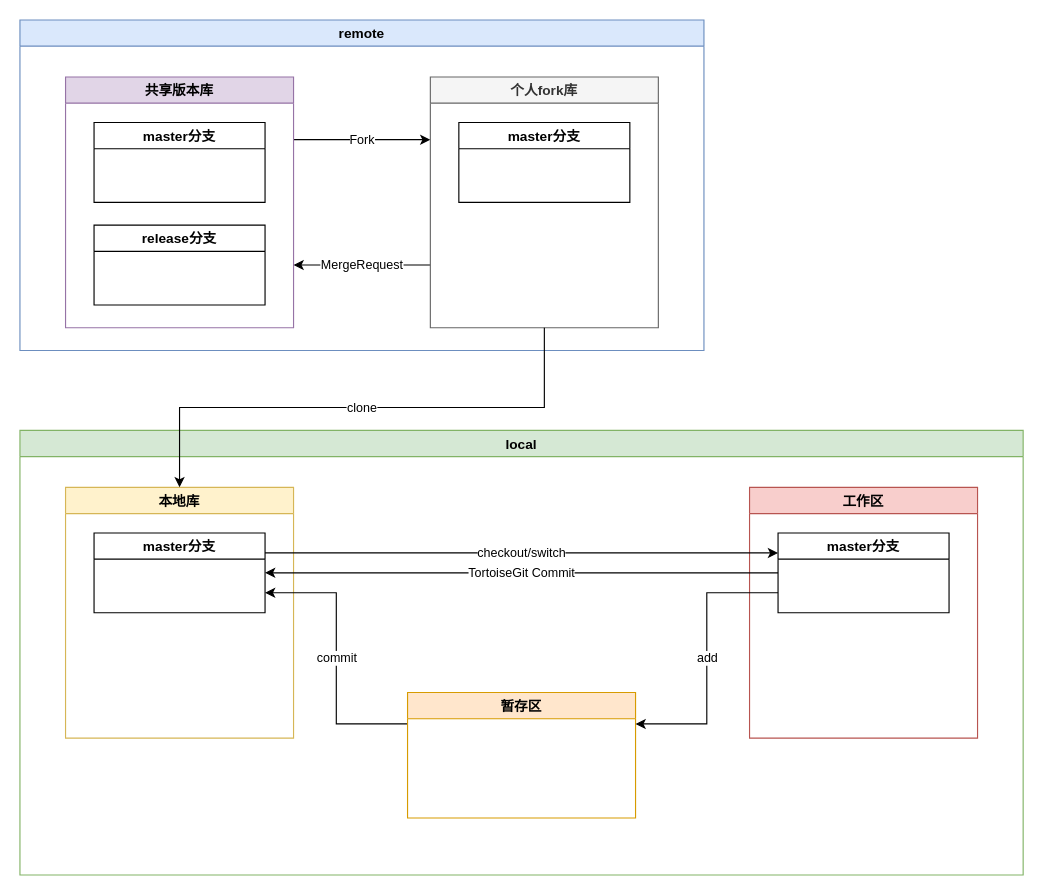
Dercury/CLDK keeps this draw.io diagram as page "首次" (1 of 2) of git图文教程.drawio. Above is the earlier version. Source tidied: cells renumbered, new cells numbered last; positions are measured from the earlier drawing's top-left corner, leaving out a move shared by most shapes. Both pictures are drawn from the tidied source at 114%, with x=0, y=0 at pixel (19, 19).
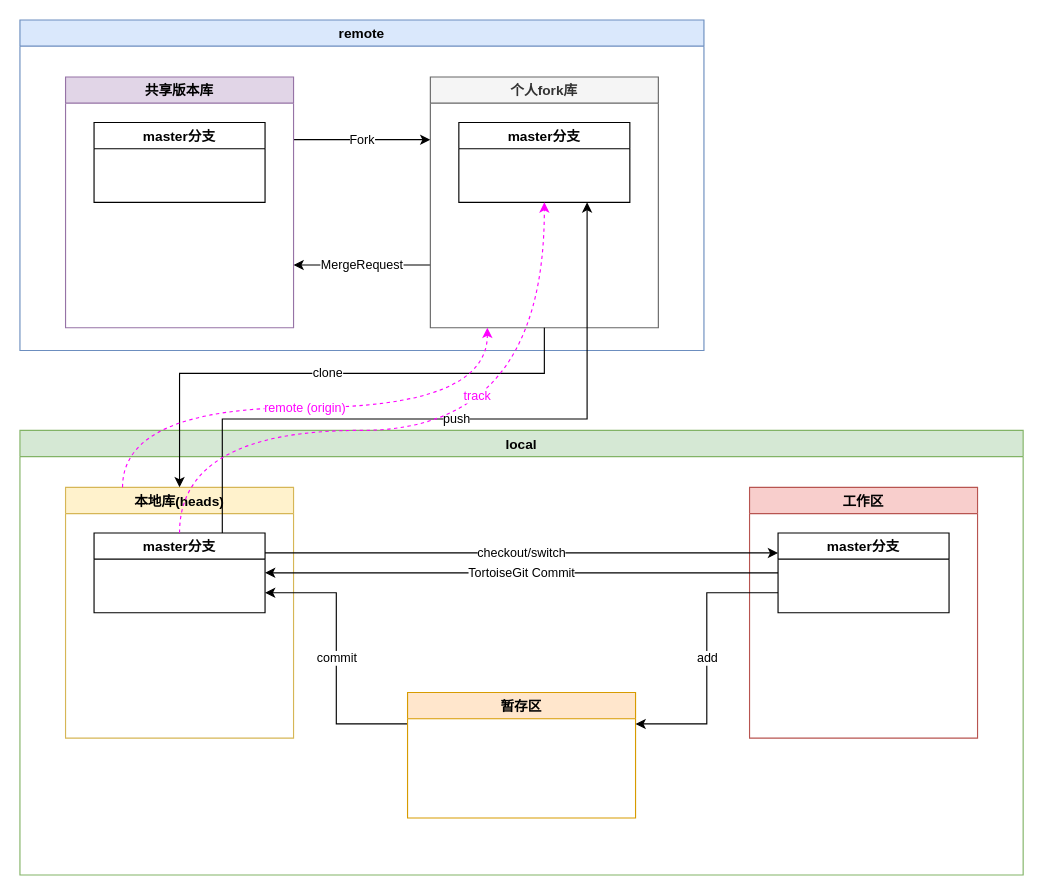
After the change.

Commit message (it also covers changes not shown here):
更新git图文教程.drawio

The change refers to these unchanged cells:
```xml
<mxCell id="4" value="共享版本库" style="swimlane;fillColor=#e1d5e7;strokeColor=#9673a6;" parent="2" vertex="1">
  <mxGeometry x="40" y="50" width="200" height="220" as="geometry" />
</mxCell>
<mxCell id="8" value="个人fork库" style="swimlane;fillColor=#f5f5f5;strokeColor=#666666;fontColor=#333333;" parent="2" vertex="1">
  <mxGeometry x="360" y="50" width="200" height="220" as="geometry" />
</mxCell>
<mxCell id="9" value="master分支" style="swimlane;" parent="8" vertex="1">
  <mxGeometry x="25" y="40" width="150" height="70" as="geometry" />
</mxCell>
<mxCell id="10" value="local" style="swimlane;fillColor=#d5e8d4;strokeColor=#82b366;" parent="1" vertex="1">
  <mxGeometry y="360" width="880" height="390" as="geometry" />
</mxCell>
<mxCell id="12" value="master分支" style="swimlane;" parent="11" vertex="1">
  <mxGeometry x="25" y="40" width="150" height="70" as="geometry" />
</mxCell>
```

What changed in the source:
```diff
@@
-    <mxCell id="6" value="release分支" style="swimlane;" parent="4" vertex="1">
-      <mxGeometry x="25" y="130" width="150" height="70" as="geometry" />
-    </mxCell>
@@
-    <mxCell id="11" value="本地库" style="swimlane;fillColor=#fff2cc;strokeColor=#d6b656;" parent="10" vertex="1">
+    <mxCell id="11" value="本地库(heads)" style="swimlane;fillColor=#fff2cc;strokeColor=#d6b656;" parent="10" vertex="1">
       <mxGeometry x="40" y="50" width="200" height="220" as="geometry" />
     </mxCell>
@@
     <mxCell id="20" value="clone" style="edgeStyle=orthogonalEdgeStyle;rounded=0;jettySize=auto;html=1;exitX=0.5;exitY=1;exitDx=0;exitDy=0;entryX=0.5;entryY=0;entryDx=0;entryDy=0;" parent="1" edge="1" source="8" target="11">
-      <mxGeometry relative="1" as="geometry" />
+      <mxGeometry relative="1" as="geometry">
+        <Array as="points">
+          <mxPoint x="460" y="310" />
+          <mxPoint x="140" y="310" />
+        </Array>
+      </mxGeometry>
     </mxCell>
+    <mxCell id="21" value="push" style="edgeStyle=orthogonalEdgeStyle;rounded=0;jettySize=auto;html=1;exitX=0.75;exitY=0;exitDx=0;exitDy=0;entryX=0.75;entryY=1;entryDx=0;entryDy=0;" parent="1" edge="1" source="12" target="9">
+      <mxGeometry relative="1" as="geometry">
+        <Array as="points">
+          <mxPoint x="178" y="350" />
+          <mxPoint x="498" y="350" />
+        </Array>
+      </mxGeometry>
+    </mxCell>
+    <mxCell id="22" value="track" style="edgeStyle=orthogonalEdgeStyle;rounded=0;jettySize=auto;html=1;exitX=0.5;exitY=0;exitDx=0;exitDy=0;entryX=0.5;entryY=1;entryDx=0;entryDy=0;curved=1;dashed=1;strokeColor=#FF00FF;fontColor=#FF00FF;" parent="1" edge="1" source="12" target="9">
+      <mxGeometry x="0.15" y="30" relative="1" as="geometry">
+        <Array as="points">
+          <mxPoint x="140" y="360" />
+          <mxPoint x="460" y="360" />
+        </Array>
+      </mxGeometry>
+    </mxCell>
+    <mxCell id="23" value="remote (origin)" style="edgeStyle=orthogonalEdgeStyle;curved=1;rounded=0;jettySize=auto;html=1;exitX=0.25;exitY=0;exitDx=0;exitDy=0;entryX=0.25;entryY=1;entryDx=0;entryDy=0;dashed=1;fontColor=#FF00FF;strokeColor=#FF00FF;" parent="1" edge="1" source="11" target="8">
+      <mxGeometry relative="1" as="geometry" />
+    </mxCell>
```
